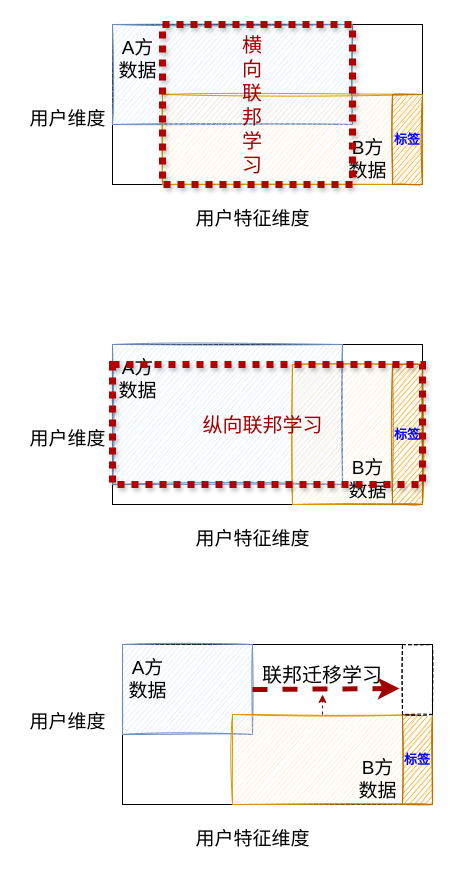
This is 联邦学习分类.drawio from iaak/hello-world, a draw.io file, before an edit. Source tidied: cells renumbered, new cells numbered last; positions are measured from the earlier drawing's top-left corner, leaving out a move shared by most shapes. Both pictures are drawn from the tidied source at 100%, with x=0, y=0 at pixel (22, 24).
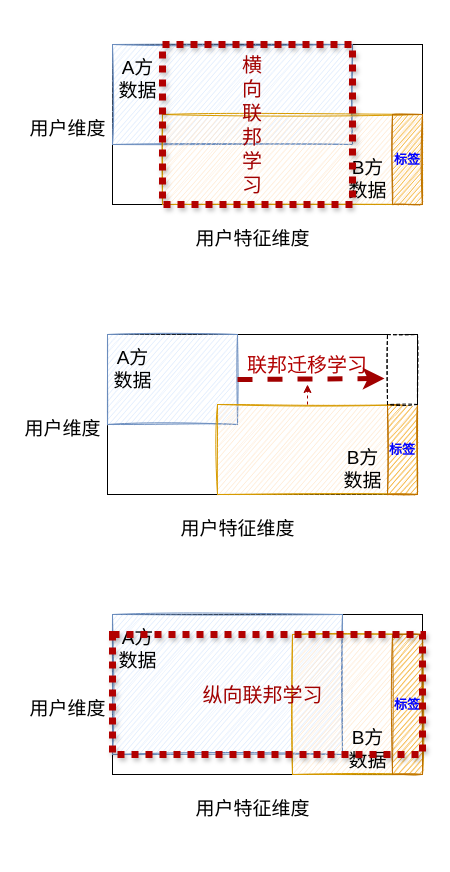
Above is the later version.

Commit message:
Update 联邦学习分类.drawio

Change to the diagram source:
```diff
@@
     <mxCell id="2" style="rounded=0;whiteSpace=wrap;html=1;perimeterSpacing=0;" parent="1" vertex="1">
-      <mxGeometry x="90" width="310" height="160" as="geometry" />
+      <mxGeometry x="90" y="20" width="310" height="160" as="geometry" />
     </mxCell>
     <mxCell id="3" style="rounded=0;whiteSpace=wrap;html=1;fillColor=#dae8fc;sketch=1;strokeColor=#6c8ebf;fontSize=19;perimeterSpacing=0;" parent="1" vertex="1">
-      <mxGeometry x="90" width="240" height="100" as="geometry" />
+      <mxGeometry x="90" y="20" width="240" height="100" as="geometry" />
     </mxCell>
     <mxCell id="4" style="rounded=0;whiteSpace=wrap;html=1;sketch=1;fillColor=#ffe6cc;strokeColor=#d79b00;perimeterSpacing=0;" parent="1" vertex="1">
-      <mxGeometry x="140" y="70" width="260" height="90" as="geometry" />
+      <mxGeometry x="140" y="90" width="260" height="90" as="geometry" />
     </mxCell>
     <mxCell id="5" value="&lt;font style=&quot;font-size: 13px&quot; color=&quot;#0000ff&quot;&gt;&lt;b&gt;标签&lt;/b&gt;&lt;/font&gt;" style="rounded=0;whiteSpace=wrap;html=1;sketch=1;fillColor=#f0a30a;strokeColor=#BD7000;fontColor=#ffffff;perimeterSpacing=0;" parent="1" vertex="1">
-      <mxGeometry x="370" y="70" width="30" height="90" as="geometry" />
+      <mxGeometry x="370" y="90" width="30" height="90" as="geometry" />
     </mxCell>
     <mxCell id="6" value="A方&lt;br&gt;数据" style="text;html=1;align=center;verticalAlign=middle;fontSize=19;perimeterSpacing=0;" parent="1" vertex="1">
-      <mxGeometry x="90" y="10" width="50" height="50" as="geometry" />
+      <mxGeometry x="90" y="30" width="50" height="50" as="geometry" />
     </mxCell>
     <mxCell id="7" value="B方&lt;br&gt;数据" style="text;html=1;align=center;verticalAlign=middle;fontSize=19;fontColor=#000000;perimeterSpacing=0;" parent="1" vertex="1">
-      <mxGeometry x="320" y="110" width="50" height="50" as="geometry" />
+      <mxGeometry x="320" y="130" width="50" height="50" as="geometry" />
     </mxCell>
     <mxCell id="8" value="用户维度" style="text;html=1;align=center;verticalAlign=middle;fontSize=19;fontColor=#000000;perimeterSpacing=0;" parent="1" vertex="1">
-      <mxGeometry y="80" width="90" height="30" as="geometry" />
+      <mxGeometry y="90" width="90" height="30" as="geometry" />
     </mxCell>
     <mxCell id="9" value="用户特征维度" style="text;html=1;align=center;verticalAlign=middle;fontSize=19;fontColor=#000000;perimeterSpacing=0;" parent="1" vertex="1">
-      <mxGeometry x="165" y="180" width="130" height="30" as="geometry" />
+      <mxGeometry x="165" y="200" width="130" height="30" as="geometry" />
     </mxCell>
     <mxCell id="10" style="rounded=0;whiteSpace=wrap;html=1;sketch=0;fontSize=20;fontColor=#ffffff;strokeWidth=7;dashed=1;perimeterSpacing=0;shadow=1;strokeColor=#B20000;fillColor=none;dashPattern=1 1;" parent="1" vertex="1">
-      <mxGeometry x="140" width="190" height="160" as="geometry" />
+      <mxGeometry x="140" y="20" width="190" height="160" as="geometry" />
     </mxCell>
     <mxCell id="11" value="横向联邦学习" style="text;html=1;strokeColor=none;fillColor=none;align=center;verticalAlign=middle;whiteSpace=wrap;rounded=0;shadow=1;dashed=1;dashPattern=1 1;sketch=1;fontSize=20;fontColor=#A10000;" parent="1" vertex="1">
-      <mxGeometry x="210" y="70" width="40" height="20" as="geometry" />
+      <mxGeometry x="210" y="90" width="40" height="20" as="geometry" />
     </mxCell>
     <mxCell id="12" style="rounded=0;whiteSpace=wrap;html=1;perimeterSpacing=0;" parent="1" vertex="1">
-      <mxGeometry x="90" y="320" width="310" height="160" as="geometry" />
+      <mxGeometry x="90" y="590" width="310" height="160" as="geometry" />
     </mxCell>
     <mxCell id="13" style="rounded=0;whiteSpace=wrap;html=1;fillColor=#dae8fc;sketch=1;strokeColor=#6c8ebf;fontSize=19;perimeterSpacing=0;" parent="1" vertex="1">
-      <mxGeometry x="90" y="320" width="230" height="140" as="geometry" />
+      <mxGeometry x="90" y="590" width="230" height="140" as="geometry" />
     </mxCell>
     <mxCell id="14" style="rounded=0;whiteSpace=wrap;html=1;sketch=1;fillColor=#ffe6cc;strokeColor=#d79b00;perimeterSpacing=0;" parent="1" vertex="1">
-      <mxGeometry x="270" y="340" width="130" height="140" as="geometry" />
+      <mxGeometry x="270" y="610" width="130" height="140" as="geometry" />
     </mxCell>
     <mxCell id="15" value="&lt;font style=&quot;font-size: 13px&quot; color=&quot;#0000ff&quot;&gt;&lt;b&gt;标签&lt;/b&gt;&lt;/font&gt;" style="rounded=0;whiteSpace=wrap;html=1;sketch=1;fillColor=#f0a30a;strokeColor=#BD7000;fontColor=#ffffff;perimeterSpacing=0;" parent="1" vertex="1">
-      <mxGeometry x="370" y="340" width="30" height="140" as="geometry" />
+      <mxGeometry x="370" y="610" width="30" height="140" as="geometry" />
     </mxCell>
     <mxCell id="16" value="A方&lt;br&gt;数据" style="text;html=1;align=center;verticalAlign=middle;fontSize=19;perimeterSpacing=0;" parent="1" vertex="1">
-      <mxGeometry x="90" y="330" width="50" height="50" as="geometry" />
+      <mxGeometry x="90" y="600" width="50" height="50" as="geometry" />
     </mxCell>
     <mxCell id="17" value="B方&lt;br&gt;数据" style="text;html=1;align=center;verticalAlign=middle;fontSize=19;fontColor=#000000;perimeterSpacing=0;" parent="1" vertex="1">
-      <mxGeometry x="320" y="430" width="50" height="50" as="geometry" />
+      <mxGeometry x="320" y="700" width="50" height="50" as="geometry" />
     </mxCell>
     <mxCell id="18" value="用户维度" style="text;html=1;align=center;verticalAlign=middle;fontSize=19;fontColor=#000000;perimeterSpacing=0;" parent="1" vertex="1">
-      <mxGeometry y="400" width="90" height="30" as="geometry" />
+      <mxGeometry y="670" width="90" height="30" as="geometry" />
     </mxCell>
     <mxCell id="19" value="用户特征维度" style="text;html=1;align=center;verticalAlign=middle;fontSize=19;fontColor=#000000;perimeterSpacing=0;" parent="1" vertex="1">
-      <mxGeometry x="165" y="500" width="130" height="30" as="geometry" />
+      <mxGeometry x="165" y="770" width="130" height="30" as="geometry" />
     </mxCell>
-    <mxCell id="20" style="rounded=0;whiteSpace=wrap;html=1;sketch=0;fontSize=20;fontColor=#ffffff;strokeWidth=7;dashed=1;perimeterSpacing=0;shadow=1;strokeColor=#B20000;fillColor=none;dashPattern=1 1;" parent="1" vertex="1">
-      <mxGeometry x="90" y="340" width="310" height="120" as="geometry" />
+    <mxCell id="20" style="rounded=0;whiteSpace=wrap;html=1;sketch=0;fontSize=20;fontColor=#ffffff;strokeWidth=7;dashed=1;perimeterSpacing=0;shadow=1;fillColor=none;dashPattern=1 1;strokeColor=#B20000;" parent="1" vertex="1">
+      <mxGeometry x="90" y="610" width="310" height="120" as="geometry" />
     </mxCell>
     <mxCell id="21" value="纵向联邦学习" style="text;html=1;strokeColor=none;fillColor=none;align=center;verticalAlign=middle;whiteSpace=wrap;rounded=0;shadow=1;dashed=1;dashPattern=1 1;sketch=1;fontSize=20;fontColor=#A10000;" parent="1" vertex="1">
-      <mxGeometry x="172.5" y="392.5" width="135" height="15" as="geometry" />
+      <mxGeometry x="172.5" y="662.5" width="135" height="15" as="geometry" />
     </mxCell>
     <mxCell id="22" style="rounded=0;whiteSpace=wrap;html=1;perimeterSpacing=0;" parent="1" vertex="1">
-      <mxGeometry x="100" y="620" width="310" height="160" as="geometry" />
+      <mxGeometry x="85" y="310" width="310" height="160" as="geometry" />
     </mxCell>
     <mxCell id="23" style="rounded=0;whiteSpace=wrap;html=1;fillColor=#dae8fc;sketch=1;strokeColor=#6c8ebf;fontSize=19;perimeterSpacing=0;" parent="1" vertex="1">
-      <mxGeometry x="100" y="620" width="130" height="90" as="geometry" />
+      <mxGeometry x="85" y="310" width="130" height="90" as="geometry" />
     </mxCell>
     <mxCell id="24" style="rounded=0;whiteSpace=wrap;html=1;sketch=1;fillColor=#ffe6cc;strokeColor=#d79b00;perimeterSpacing=0;" parent="1" vertex="1">
-      <mxGeometry x="210" y="690" width="200" height="90" as="geometry" />
+      <mxGeometry x="195" y="380" width="200" height="90" as="geometry" />
     </mxCell>
     <mxCell id="25" value="&lt;font style=&quot;font-size: 13px&quot; color=&quot;#0000ff&quot;&gt;&lt;b&gt;标签&lt;/b&gt;&lt;/font&gt;" style="rounded=0;whiteSpace=wrap;html=1;sketch=1;fillColor=#f0a30a;strokeColor=#BD7000;fontColor=#ffffff;perimeterSpacing=0;" parent="1" vertex="1">
-      <mxGeometry x="380" y="690" width="30" height="90" as="geometry" />
+      <mxGeometry x="365" y="380" width="30" height="90" as="geometry" />
     </mxCell>
     <mxCell id="26" value="A方&lt;br&gt;数据" style="text;html=1;align=center;verticalAlign=middle;fontSize=19;perimeterSpacing=0;" parent="1" vertex="1">
-      <mxGeometry x="100" y="630" width="50" height="50" as="geometry" />
+      <mxGeometry x="85" y="320" width="50" height="50" as="geometry" />
     </mxCell>
     <mxCell id="27" value="B方&lt;br&gt;数据" style="text;html=1;align=center;verticalAlign=middle;fontSize=19;fontColor=#000000;perimeterSpacing=0;" parent="1" vertex="1">
-      <mxGeometry x="330" y="730" width="50" height="50" as="geometry" />
+      <mxGeometry x="315" y="420" width="50" height="50" as="geometry" />
     </mxCell>
     <mxCell id="28" value="用户维度" style="text;html=1;align=center;verticalAlign=middle;fontSize=19;fontColor=#000000;perimeterSpacing=0;" parent="1" vertex="1">
-      <mxGeometry y="682.5" width="90" height="30" as="geometry" />
+      <mxGeometry x="-5" y="390" width="90" height="30" as="geometry" />
     </mxCell>
     <mxCell id="29" value="用户特征维度" style="text;html=1;align=center;verticalAlign=middle;fontSize=19;fontColor=#000000;perimeterSpacing=0;" parent="1" vertex="1">
-      <mxGeometry x="165" y="800" width="130" height="30" as="geometry" />
+      <mxGeometry x="150" y="490" width="130" height="30" as="geometry" />
     </mxCell>
-    <mxCell id="30" value="联邦迁移学习" style="text;html=1;strokeColor=none;fillColor=none;align=center;verticalAlign=middle;whiteSpace=wrap;rounded=0;shadow=1;dashed=1;dashPattern=1 1;sketch=1;fontSize=20;fontColor=#000000;" parent="1" vertex="1">
-      <mxGeometry x="220" y="640" width="160" height="20" as="geometry" />
+    <mxCell id="30" value="&lt;font color=&quot;#b20000&quot;&gt;联邦迁移学习&lt;/font&gt;" style="text;html=1;strokeColor=none;fillColor=none;align=center;verticalAlign=middle;whiteSpace=wrap;rounded=0;shadow=1;dashed=1;dashPattern=1 1;sketch=1;fontSize=20;fontColor=#000000;" parent="1" vertex="1">
+      <mxGeometry x="205" y="330" width="160" height="20" as="geometry" />
     </mxCell>
@@
     <mxCell id="32" style="rounded=0;whiteSpace=wrap;html=1;dashed=1;sketch=1;" parent="1" vertex="1">
-      <mxGeometry x="380" y="620" width="30" height="70" as="geometry" />
+      <mxGeometry x="365" y="310" width="30" height="70" as="geometry" />
     </mxCell>
     <mxCell id="33" style="endArrow=classic;html=1;fontSize=20;fontColor=#A10000;strokeColor=#A10000;strokeWidth=1;dashed=1;" parent="1" edge="1">
       <mxGeometry relative="1" as="geometry">
-        <mxPoint x="300" y="690" as="sourcePoint" />
-        <mxPoint x="300" y="670" as="targetPoint" />
+        <mxPoint x="285" y="380" as="sourcePoint" />
+        <mxPoint x="285" y="360" as="targetPoint" />
       </mxGeometry>
     </mxCell>
```
